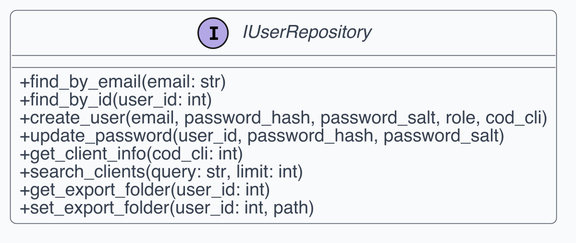
This is src/PB/Documentazione Esterna/Contenuti/componenti_specifiche_tecniche/assets/uml_backend/30_iuserrepository.png from swenightpro/Documentazione, a PlantUML export, as it was before one commit.
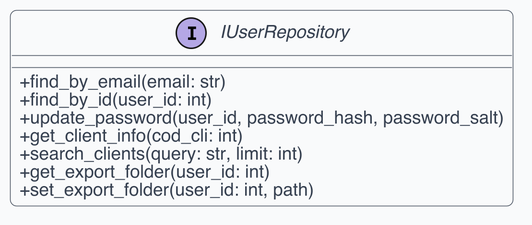
The same diagram one commit later.

What changed in the source:
```diff
@@ -19,7 +19,6 @@
 interface "IUserRepository" as C1 {
   + find_by_email(email: str)
   + find_by_id(user_id: int)
-  + create_user(email, password_hash, password_salt, role, cod_cli)
   + update_password(user_id, password_hash, password_salt)
   + get_client_info(cod_cli: int)
   + search_clients(query: str, limit: int)
```
